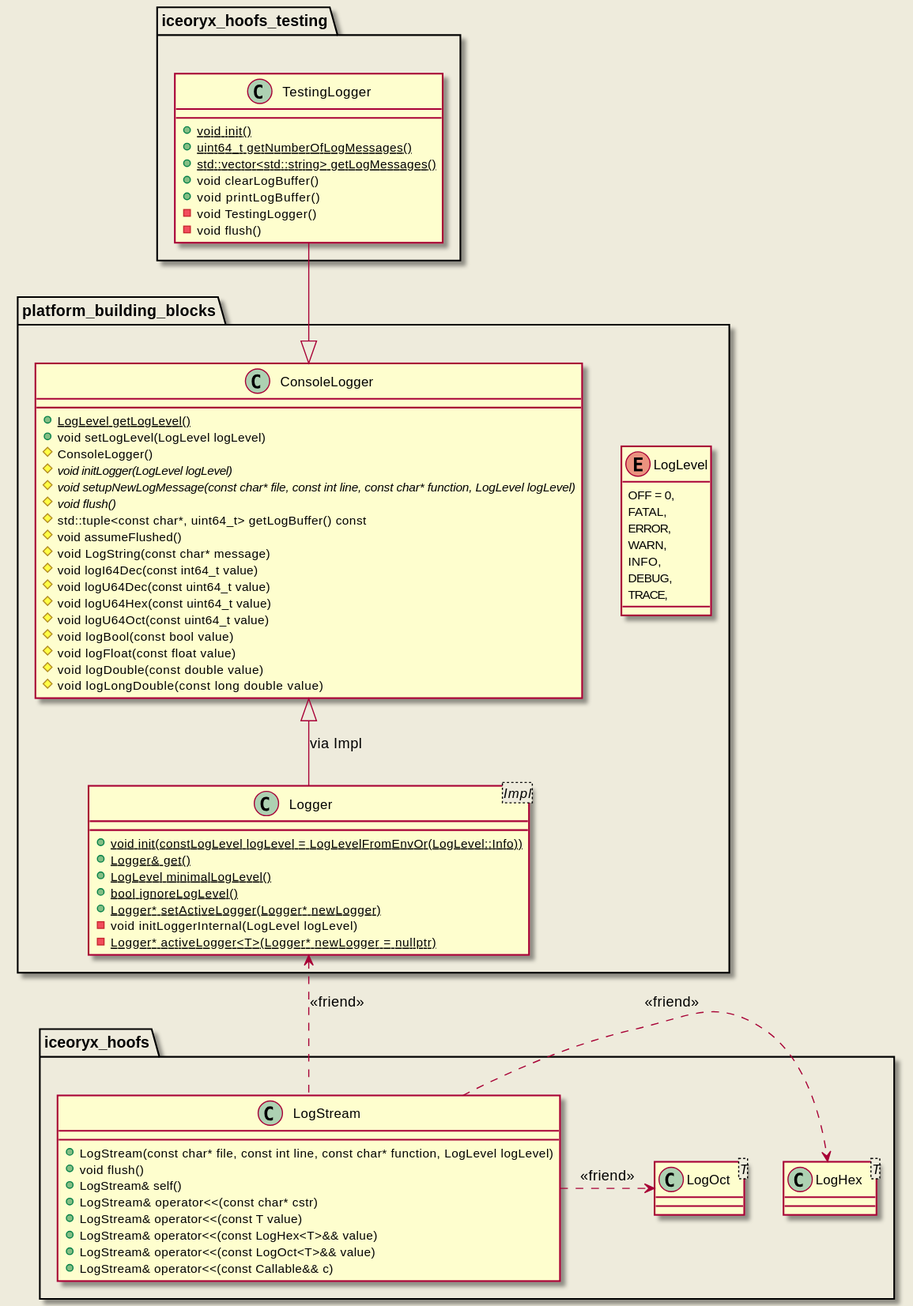
Earlier version of the PlantUML export doc/website/images/logging_classes.svg (eclipse-iceoryx/iceoryx). Its source is kept beside it as doc/design/diagrams/logging/logging_classes.puml.
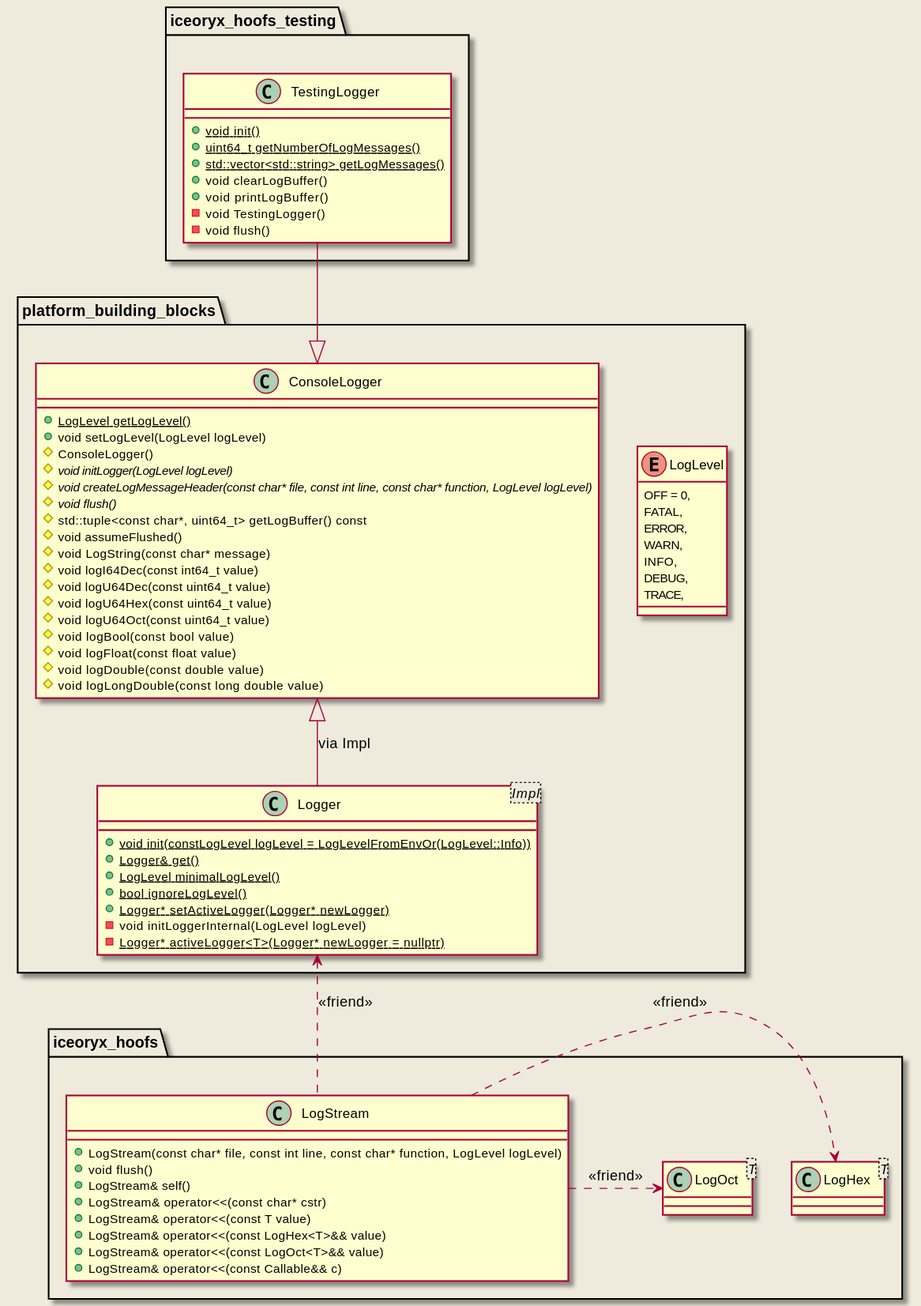
Later version of the same file.

Diff of the diagram source:
```diff
@@ -27,7 +27,7 @@
   + void setLogLevel(LogLevel logLevel)
   # ConsoleLogger()
   # {abstract} void initLogger(LogLevel logLevel)
-  # {abstract} void setupNewLogMessage(const char* file, const int line, const char* function, LogLevel logLevel)
+  # {abstract} void createLogMessageHeader(const char* file, const int line, const char* function, LogLevel logLevel)
   # {abstract} void flush()
   # std::tuple<const char*, uint64_t> getLogBuffer() const
   # void assumeFlushed()
```
